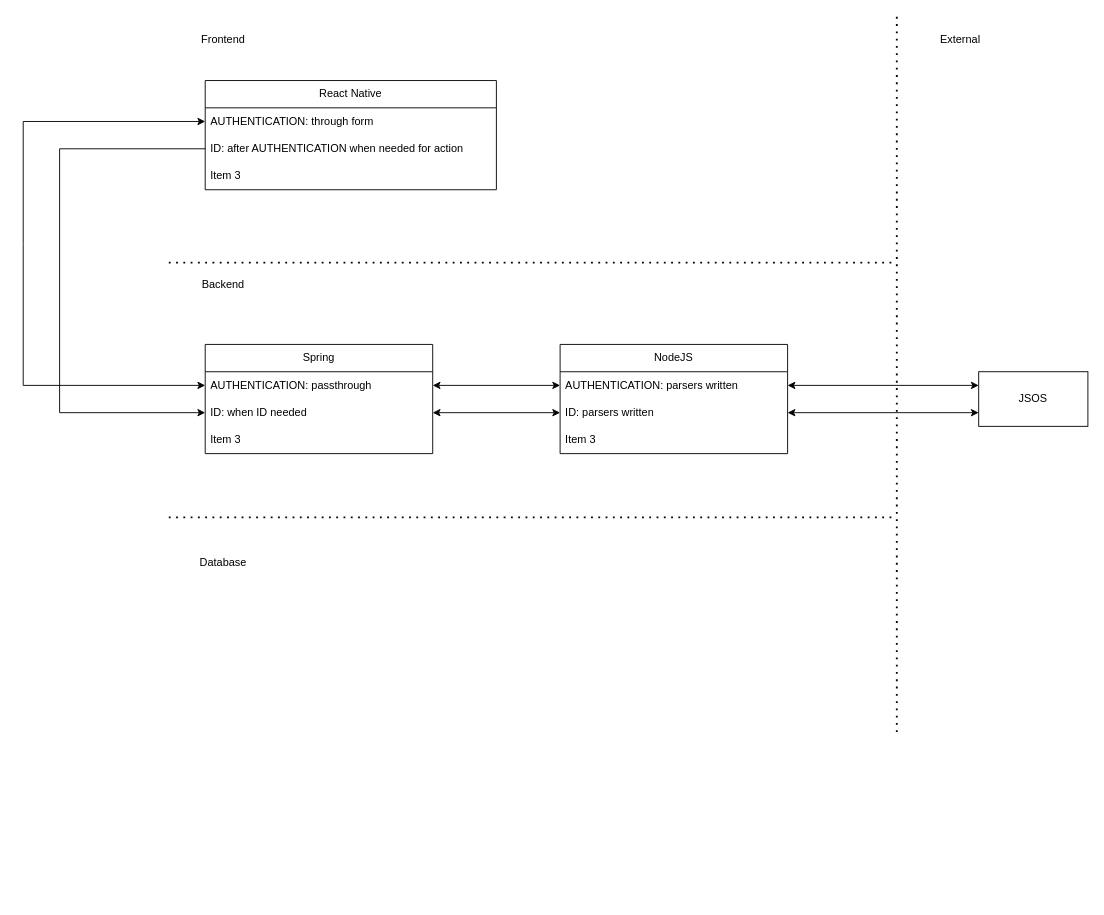
Artniewski/group-app keeps this draw.io diagram as page "Components" (1 of 2) of groupapp.drawio. Above is the earlier version. Source tidied: cells renumbered, new cells numbered last; positions are measured from the earlier drawing's top-left corner, leaving out a move shared by most shapes. Both pictures are drawn from the tidied source at 91%, with x=0, y=0 at pixel (23, 16).
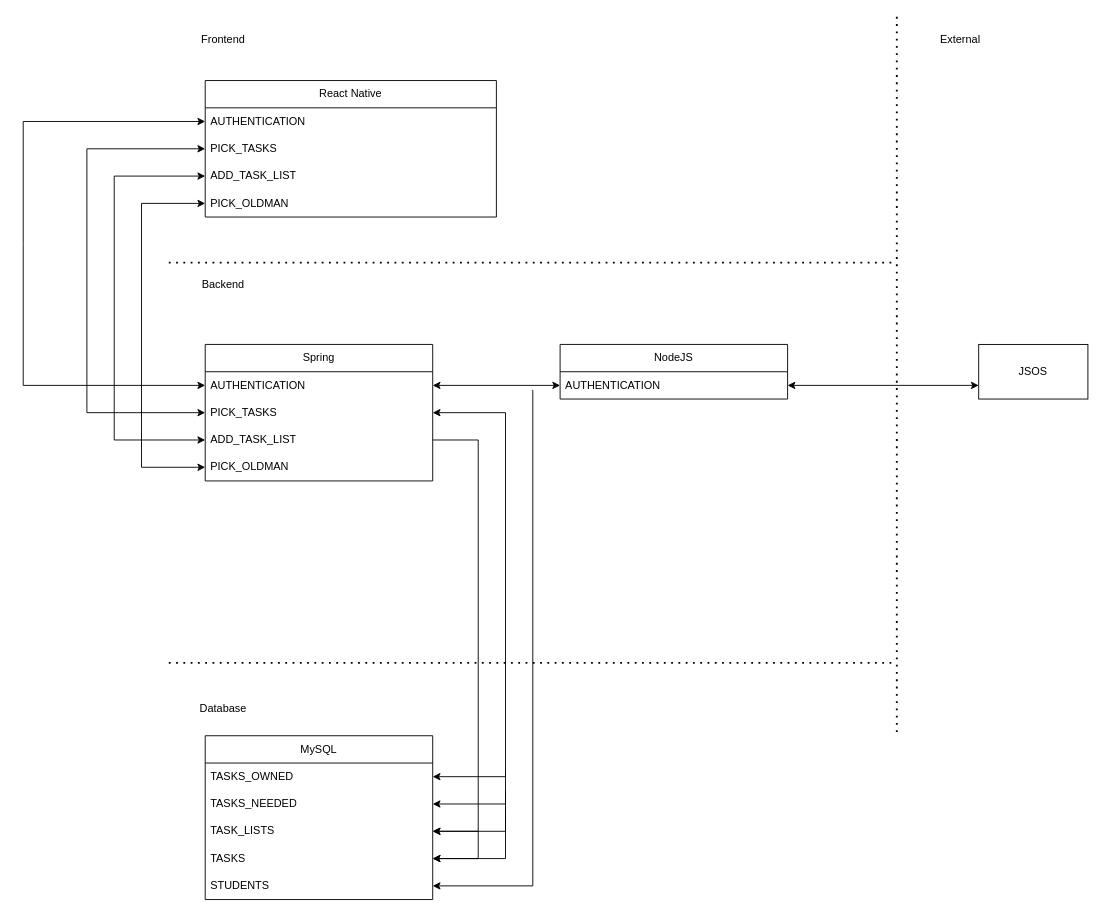
After the change.

Diff of the diagram source:
```diff
@@
     <mxCell id="4" value="Database" style="text;html=1;strokeColor=none;fillColor=none;align=center;verticalAlign=middle;whiteSpace=wrap;rounded=0;" parent="1" vertex="1">
-      <mxGeometry x="190" y="585" width="60" height="30" as="geometry" />
+      <mxGeometry x="190" y="745" width="60" height="30" as="geometry" />
     </mxCell>
@@
     <mxCell id="6" style="endArrow=none;dashed=1;html=1;dashPattern=1 3;strokeWidth=2;rounded=0;" parent="1" edge="1">
       <mxGeometry relative="1" as="geometry">
-        <mxPoint x="160" y="550" as="sourcePoint" />
-        <mxPoint x="960" y="550" as="targetPoint" />
+        <mxPoint x="160" y="710" as="sourcePoint" />
+        <mxPoint x="960" y="710" as="targetPoint" />
       </mxGeometry>
     </mxCell>
     <mxCell id="7" value="React Native" style="swimlane;fontStyle=0;horizontal=1;startSize=30;whiteSpace=wrap;html=1;" parent="1" vertex="1">
-      <mxGeometry x="200" y="70" width="320" height="120" as="geometry" />
+      <mxGeometry x="200" y="70" width="320" height="150" as="geometry" />
     </mxCell>
-    <mxCell id="8" value="AUTHENTICATION: through form" style="text;strokeColor=none;fillColor=none;align=left;verticalAlign=middle;spacingLeft=4;spacingRight=4;overflow=hidden;points=[[0,0.5],[1,0.5]];portConstraint=eastwest;whiteSpace=wrap;html=1;" parent="7" vertex="1">
+    <mxCell id="8" value="AUTHENTICATION" style="text;strokeColor=none;fillColor=none;align=left;verticalAlign=middle;spacingLeft=4;spacingRight=4;overflow=hidden;points=[[0,0.5],[1,0.5]];portConstraint=eastwest;whiteSpace=wrap;html=1;" parent="7" vertex="1">
       <mxGeometry y="30" width="320" height="30" as="geometry" />
     </mxCell>
-    <mxCell id="9" value="ID: after AUTHENTICATION when needed for action" style="text;strokeColor=none;fillColor=none;align=left;verticalAlign=middle;spacingLeft=4;spacingRight=4;overflow=hidden;points=[[0,0.5],[1,0.5]];portConstraint=eastwest;whiteSpace=wrap;html=1;" parent="7" vertex="1">
-      <mxGeometry y="60" width="320" height="30" as="geometry" />
-    </mxCell>
-    <mxCell id="10" value="Item 3" style="text;strokeColor=none;fillColor=none;align=left;verticalAlign=middle;spacingLeft=4;spacingRight=4;overflow=hidden;points=[[0,0.5],[1,0.5]];portConstraint=eastwest;whiteSpace=wrap;html=1;" parent="7" vertex="1">
-      <mxGeometry y="90" width="320" height="30" as="geometry" />
+    <mxCell id="10" value="PICK_TASKS" style="text;strokeColor=none;fillColor=none;align=left;verticalAlign=middle;spacingLeft=4;spacingRight=4;overflow=hidden;points=[[0,0.5],[1,0.5]];portConstraint=eastwest;whiteSpace=wrap;html=1;" parent="7" vertex="1">
+      <mxGeometry y="60" width="320" height="30" as="geometry" />
     </mxCell>
+    <mxCell id="28" value="ADD_TASK_LIST" style="text;strokeColor=none;fillColor=none;align=left;verticalAlign=middle;spacingLeft=4;spacingRight=4;overflow=hidden;points=[[0,0.5],[1,0.5]];portConstraint=eastwest;whiteSpace=wrap;html=1;" parent="7" vertex="1">
+      <mxGeometry y="90" width="320" height="30" as="geometry" />
+    </mxCell>
+    <mxCell id="29" value="PICK_OLDMAN" style="text;strokeColor=none;fillColor=none;align=left;verticalAlign=middle;spacingLeft=4;spacingRight=4;overflow=hidden;points=[[0,0.5],[1,0.5]];portConstraint=eastwest;whiteSpace=wrap;html=1;" parent="7" vertex="1">
+      <mxGeometry y="120" width="320" height="30" as="geometry" />
+    </mxCell>
     <mxCell id="11" value="Spring" style="swimlane;fontStyle=0;horizontal=1;startSize=30;whiteSpace=wrap;html=1;" parent="1" vertex="1">
-      <mxGeometry x="200" y="360" width="250" height="120" as="geometry" />
+      <mxGeometry x="200" y="360" width="250" height="150" as="geometry" />
     </mxCell>
-    <mxCell id="12" value="AUTHENTICATION: passthrough" style="text;strokeColor=none;fillColor=none;align=left;verticalAlign=middle;spacingLeft=4;spacingRight=4;overflow=hidden;points=[[0,0.5],[1,0.5]];portConstraint=eastwest;whiteSpace=wrap;html=1;" parent="11" vertex="1">
+    <mxCell id="12" value="AUTHENTICATION" style="text;strokeColor=none;fillColor=none;align=left;verticalAlign=middle;spacingLeft=4;spacingRight=4;overflow=hidden;points=[[0,0.5],[1,0.5]];portConstraint=eastwest;whiteSpace=wrap;html=1;" parent="11" vertex="1">
       <mxGeometry y="30" width="250" height="30" as="geometry" />
     </mxCell>
-    <mxCell id="13" value="ID: when ID needed" style="text;strokeColor=none;fillColor=none;align=left;verticalAlign=middle;spacingLeft=4;spacingRight=4;overflow=hidden;points=[[0,0.5],[1,0.5]];portConstraint=eastwest;whiteSpace=wrap;html=1;" parent="11" vertex="1">
-      <mxGeometry y="60" width="250" height="30" as="geometry" />
-    </mxCell>
-    <mxCell id="14" value="Item 3" style="text;strokeColor=none;fillColor=none;align=left;verticalAlign=middle;spacingLeft=4;spacingRight=4;overflow=hidden;points=[[0,0.5],[1,0.5]];portConstraint=eastwest;whiteSpace=wrap;html=1;" parent="11" vertex="1">
-      <mxGeometry y="90" width="250" height="30" as="geometry" />
+    <mxCell id="14" value="PICK_TASKS" style="text;strokeColor=none;fillColor=none;align=left;verticalAlign=middle;spacingLeft=4;spacingRight=4;overflow=hidden;points=[[0,0.5],[1,0.5]];portConstraint=eastwest;whiteSpace=wrap;html=1;" parent="11" vertex="1">
+      <mxGeometry y="60" width="250" height="30" as="geometry" />
     </mxCell>
+    <mxCell id="30" value="ADD_TASK_LIST" style="text;strokeColor=none;fillColor=none;align=left;verticalAlign=middle;spacingLeft=4;spacingRight=4;overflow=hidden;points=[[0,0.5],[1,0.5]];portConstraint=eastwest;whiteSpace=wrap;html=1;" parent="11" vertex="1">
+      <mxGeometry y="90" width="250" height="30" as="geometry" />
+    </mxCell>
+    <mxCell id="31" value="PICK_OLDMAN" style="text;strokeColor=none;fillColor=none;align=left;verticalAlign=middle;spacingLeft=4;spacingRight=4;overflow=hidden;points=[[0,0.5],[1,0.5]];portConstraint=eastwest;whiteSpace=wrap;html=1;" parent="11" vertex="1">
+      <mxGeometry y="120" width="250" height="30" as="geometry" />
+    </mxCell>
     <mxCell id="15" value="NodeJS" style="swimlane;fontStyle=0;horizontal=1;startSize=30;whiteSpace=wrap;html=1;" parent="1" vertex="1">
-      <mxGeometry x="590" y="360" width="250" height="120" as="geometry" />
+      <mxGeometry x="590" y="360" width="250" height="60" as="geometry" />
     </mxCell>
-    <mxCell id="16" value="AUTHENTICATION: parsers written" style="text;strokeColor=none;fillColor=none;align=left;verticalAlign=middle;spacingLeft=4;spacingRight=4;overflow=hidden;points=[[0,0.5],[1,0.5]];portConstraint=eastwest;whiteSpace=wrap;html=1;" parent="15" vertex="1">
+    <mxCell id="16" value="AUTHENTICATION" style="text;strokeColor=none;fillColor=none;align=left;verticalAlign=middle;spacingLeft=4;spacingRight=4;overflow=hidden;points=[[0,0.5],[1,0.5]];portConstraint=eastwest;whiteSpace=wrap;html=1;" parent="15" vertex="1">
       <mxGeometry y="30" width="250" height="30" as="geometry" />
     </mxCell>
-    <mxCell id="17" value="ID: parsers written" style="text;strokeColor=none;fillColor=none;align=left;verticalAlign=middle;spacingLeft=4;spacingRight=4;overflow=hidden;points=[[0,0.5],[1,0.5]];portConstraint=eastwest;whiteSpace=wrap;html=1;" parent="15" vertex="1">
-      <mxGeometry y="60" width="250" height="30" as="geometry" />
-    </mxCell>
-    <mxCell id="18" value="Item 3" style="text;strokeColor=none;fillColor=none;align=left;verticalAlign=middle;spacingLeft=4;spacingRight=4;overflow=hidden;whiteSpace=wrap;html=1;" parent="15" vertex="1">
-      <mxGeometry y="90" width="250" height="30" as="geometry" />
-    </mxCell>
@@
     <mxCell id="23" value="JSOS" style="rounded=0;whiteSpace=wrap;html=1;" parent="1" vertex="1">
-      <mxGeometry x="1050" y="390" width="120" height="60" as="geometry" />
+      <mxGeometry x="1050" y="360" width="120" height="60" as="geometry" />
     </mxCell>
+    <mxCell id="32" value="MySQL" style="swimlane;fontStyle=0;horizontal=1;startSize=30;whiteSpace=wrap;html=1;" parent="1" vertex="1">
+      <mxGeometry x="200" y="790" width="250" height="180" as="geometry" />
+    </mxCell>
+    <mxCell id="33" value="TASKS_OWNED" style="text;strokeColor=none;fillColor=none;align=left;verticalAlign=middle;spacingLeft=4;spacingRight=4;overflow=hidden;points=[[0,0.5],[1,0.5]];portConstraint=eastwest;whiteSpace=wrap;html=1;" parent="32" vertex="1">
+      <mxGeometry y="30" width="250" height="30" as="geometry" />
+    </mxCell>
+    <mxCell id="34" value="TASKS_NEEDED" style="text;strokeColor=none;fillColor=none;align=left;verticalAlign=middle;spacingLeft=4;spacingRight=4;overflow=hidden;points=[[0,0.5],[1,0.5]];portConstraint=eastwest;whiteSpace=wrap;html=1;" parent="32" vertex="1">
+      <mxGeometry y="60" width="250" height="30" as="geometry" />
+    </mxCell>
+    <mxCell id="35" value="TASK_LISTS" style="text;strokeColor=none;fillColor=none;align=left;verticalAlign=middle;spacingLeft=4;spacingRight=4;overflow=hidden;points=[[0,0.5],[1,0.5]];portConstraint=eastwest;whiteSpace=wrap;html=1;" parent="32" vertex="1">
+      <mxGeometry y="90" width="250" height="30" as="geometry" />
+    </mxCell>
+    <mxCell id="36" value="TASKS" style="text;strokeColor=none;fillColor=none;align=left;verticalAlign=middle;spacingLeft=4;spacingRight=4;overflow=hidden;points=[[0,0.5],[1,0.5]];portConstraint=eastwest;whiteSpace=wrap;html=1;" parent="32" vertex="1">
+      <mxGeometry y="120" width="250" height="30" as="geometry" />
+    </mxCell>
+    <mxCell id="37" value="STUDENTS" style="text;strokeColor=none;fillColor=none;align=left;verticalAlign=middle;spacingLeft=4;spacingRight=4;overflow=hidden;points=[[0,0.5],[1,0.5]];portConstraint=eastwest;whiteSpace=wrap;html=1;" parent="32" vertex="1">
+      <mxGeometry y="150" width="250" height="30" as="geometry" />
+    </mxCell>
+    <mxCell id="38" style="endArrow=classic;html=1;rounded=0;exitX=0;exitY=0.5;exitDx=0;exitDy=0;entryX=0;entryY=0.5;entryDx=0;entryDy=0;startArrow=classic;startFill=1;" parent="1" edge="1" source="10" target="14">
+      <mxGeometry relative="1" as="geometry">
+        <Array as="points">
+          <mxPoint x="70" y="145" />
+          <mxPoint x="70" y="435" />
+        </Array>
+      </mxGeometry>
+    </mxCell>
+    <mxCell id="39" style="endArrow=classic;html=1;rounded=0;exitX=1;exitY=0.5;exitDx=0;exitDy=0;entryX=1;entryY=0.5;entryDx=0;entryDy=0;startArrow=classic;startFill=1;" parent="1" edge="1" source="14" target="33">
+      <mxGeometry relative="1" as="geometry">
+        <Array as="points">
+          <mxPoint x="530" y="435" />
+          <mxPoint x="530" y="835" />
+        </Array>
+      </mxGeometry>
+    </mxCell>
+    <mxCell id="40" style="endArrow=classic;html=1;rounded=0;entryX=1;entryY=0.5;entryDx=0;entryDy=0;" parent="1" edge="1" target="34">
+      <mxGeometry relative="1" as="geometry">
+        <mxPoint x="530" y="830" as="sourcePoint" />
+        <Array as="points">
+          <mxPoint x="530" y="865" />
+        </Array>
+      </mxGeometry>
+    </mxCell>
+    <mxCell id="41" style="endArrow=classic;html=1;rounded=0;exitX=0;exitY=0.5;exitDx=0;exitDy=0;entryX=0;entryY=0.5;entryDx=0;entryDy=0;startArrow=classic;startFill=1;" parent="1" edge="1" source="28" target="30">
+      <mxGeometry relative="1" as="geometry">
+        <Array as="points">
+          <mxPoint x="100" y="175" />
+          <mxPoint x="100" y="465" />
+        </Array>
+      </mxGeometry>
+    </mxCell>
+    <mxCell id="42" style="endArrow=classic;html=1;rounded=0;exitX=1;exitY=0.5;exitDx=0;exitDy=0;entryX=1;entryY=0.5;entryDx=0;entryDy=0;" parent="1" edge="1" source="30" target="36">
+      <mxGeometry relative="1" as="geometry">
+        <Array as="points">
+          <mxPoint x="500" y="465" />
+          <mxPoint x="500" y="925" />
+        </Array>
+      </mxGeometry>
+    </mxCell>
+    <mxCell id="43" style="endArrow=classic;html=1;rounded=0;exitX=0;exitY=0.5;exitDx=0;exitDy=0;entryX=0;entryY=0.5;entryDx=0;entryDy=0;startArrow=classic;startFill=1;" parent="1" edge="1" source="29" target="31">
+      <mxGeometry relative="1" as="geometry">
+        <Array as="points">
+          <mxPoint x="130" y="205" />
+          <mxPoint x="130" y="495" />
+        </Array>
+      </mxGeometry>
+    </mxCell>
+    <mxCell id="44" style="endArrow=classic;html=1;rounded=0;entryX=1;entryY=0.5;entryDx=0;entryDy=0;" parent="1" edge="1" target="35">
+      <mxGeometry relative="1" as="geometry">
+        <mxPoint x="500" y="895" as="sourcePoint" />
+      </mxGeometry>
+    </mxCell>
-    <mxCell id="24" style="endArrow=classic;startArrow=classic;html=1;rounded=0;entryX=0;entryY=0.25;entryDx=0;entryDy=0;exitX=1;exitY=0.5;exitDx=0;exitDy=0;" parent="1" edge="1" source="16" target="23">
+    <mxCell id="24" style="endArrow=classic;startArrow=classic;html=1;exitX=1;exitY=0.5;exitDx=0;exitDy=0;entryX=0;entryY=0.75;entryDx=0;entryDy=0;" parent="1" edge="1" source="16" target="23">
       <mxGeometry relative="1" as="geometry" />
     </mxCell>
-    <mxCell id="25" style="endArrow=classic;startArrow=classic;html=1;rounded=0;exitX=1;exitY=0.5;exitDx=0;exitDy=0;entryX=0;entryY=0.5;entryDx=0;entryDy=0;" parent="1" edge="1" source="13" target="17">
-      <mxGeometry relative="1" as="geometry" />
-    </mxCell>
-    <mxCell id="26" style="endArrow=classic;startArrow=classic;html=1;rounded=0;entryX=0;entryY=0.75;entryDx=0;entryDy=0;exitX=1;exitY=0.5;exitDx=0;exitDy=0;" parent="1" edge="1" source="17" target="23">
-      <mxGeometry relative="1" as="geometry" />
-    </mxCell>
-    <mxCell id="27" style="endArrow=classic;html=1;rounded=0;entryX=0;entryY=0.5;entryDx=0;entryDy=0;exitX=0;exitY=0.5;exitDx=0;exitDy=0;" parent="1" edge="1" source="9" target="13">
-      <mxGeometry relative="1" as="geometry">
-        <Array as="points">
-          <mxPoint x="40" y="145" />
-          <mxPoint x="40" y="435" />
-        </Array>
-      </mxGeometry>
-    </mxCell>
+    <mxCell id="45" style="endArrow=classic;html=1;rounded=0;entryX=1;entryY=0.5;entryDx=0;entryDy=0;" parent="1" edge="1" target="37">
+      <mxGeometry relative="1" as="geometry">
+        <mxPoint x="560" y="410" as="sourcePoint" />
+        <Array as="points">
+          <mxPoint x="560" y="955" />
+        </Array>
+      </mxGeometry>
+    </mxCell>
+    <mxCell id="46" style="endArrow=classic;html=1;rounded=0;entryX=1;entryY=0.5;entryDx=0;entryDy=0;" parent="1" edge="1" target="36">
+      <mxGeometry relative="1" as="geometry">
+        <mxPoint x="530" y="850" as="sourcePoint" />
+        <Array as="points">
+          <mxPoint x="530" y="925" />
+        </Array>
+      </mxGeometry>
+    </mxCell>
+    <mxCell id="47" style="endArrow=classic;html=1;rounded=0;entryX=1;entryY=0.5;entryDx=0;entryDy=0;" parent="1" edge="1" target="35">
+      <mxGeometry relative="1" as="geometry">
+        <mxPoint x="530" y="870" as="sourcePoint" />
+        <Array as="points">
+          <mxPoint x="530" y="895" />
+        </Array>
+      </mxGeometry>
+    </mxCell>
```
